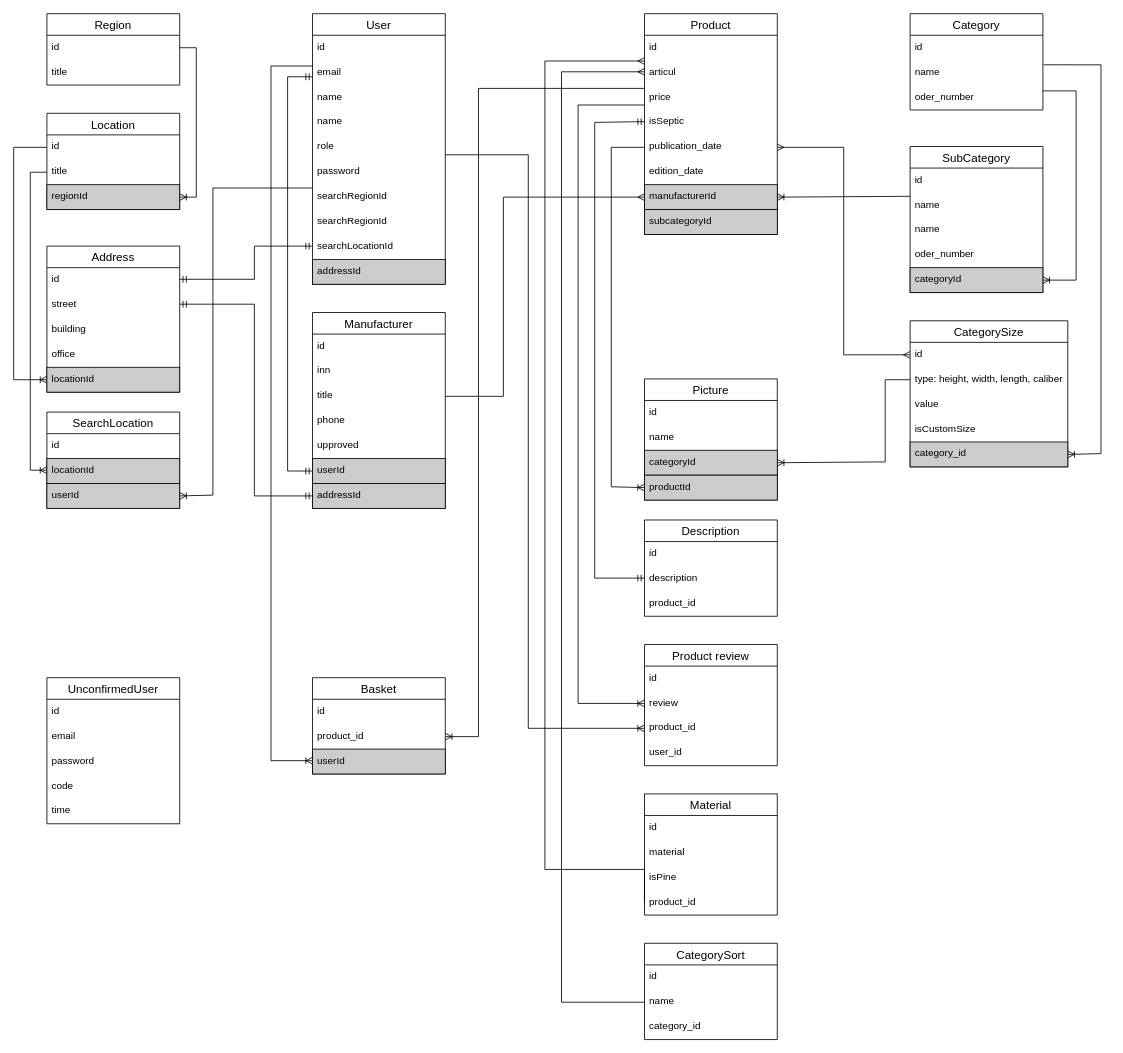
This is lesopilka.drawio from alexeyk500/lesopilka_backend, a draw.io file, before an edit. Source tidied: cells renumbered, new cells numbered last; positions are measured from the earlier drawing's top-left corner, leaving out a move shared by most shapes. Both pictures are drawn from the tidied source at 83%, with x=0, y=0 at pixel (13, 13).
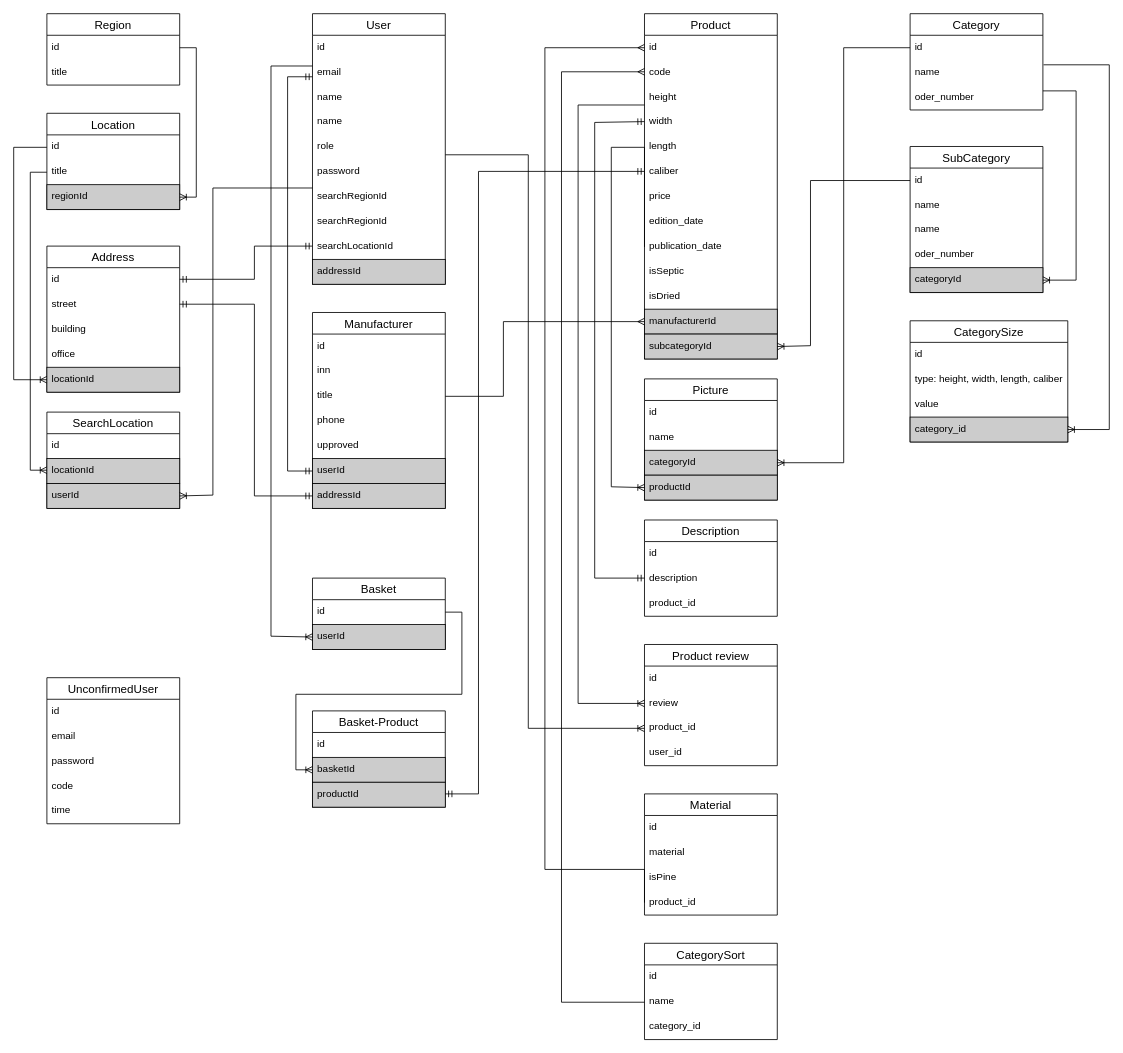
Above is the later version.

Unchanged cells that the change refers to:
```xml
<mxCell id="27" value="id" style="text;strokeColor=none;fillColor=none;spacingLeft=4;spacingRight=4;overflow=hidden;points=[[0,0.5],[1,0.5]];portConstraint=eastwest;fontSize=12;" parent="26" vertex="1">
  <mxGeometry y="26" width="160" height="30" as="geometry" />
</mxCell>
<mxCell id="32" value="id" style="text;strokeColor=none;fillColor=none;spacingLeft=4;spacingRight=4;overflow=hidden;points=[[0,0.5],[1,0.5]];portConstraint=eastwest;fontSize=12;" parent="31" vertex="1">
  <mxGeometry y="26" width="160" height="30" as="geometry" />
</mxCell>
<mxCell id="41" value="id" style="text;strokeColor=none;fillColor=none;spacingLeft=4;spacingRight=4;overflow=hidden;points=[[0,0.5],[1,0.5]];portConstraint=eastwest;fontSize=12;" parent="40" vertex="1">
  <mxGeometry y="26" width="160" height="30" as="geometry" />
</mxCell>
<mxCell id="42" value="name" style="text;strokeColor=none;fillColor=none;spacingLeft=4;spacingRight=4;overflow=hidden;points=[[0,0.5],[1,0.5]];portConstraint=eastwest;fontSize=12;" parent="40" vertex="1">
  <mxGeometry y="56" width="160" height="30" as="geometry" />
</mxCell>
<mxCell id="46" value="id" style="text;strokeColor=none;fillColor=none;spacingLeft=4;spacingRight=4;overflow=hidden;points=[[0,0.5],[1,0.5]];portConstraint=eastwest;fontSize=12;" parent="45" vertex="1">
  <mxGeometry y="26" width="160" height="30" as="geometry" />
</mxCell>
<mxCell id="66" value="categoryId" style="text;strokeColor=default;fillColor=#CCCCCC;spacingLeft=4;spacingRight=4;overflow=hidden;points=[[0,0.5],[1,0.5]];portConstraint=eastwest;fontSize=12;" parent="63" vertex="1">
  <mxGeometry y="86" width="160" height="30" as="geometry" />
</mxCell>
<mxCell id="71" value="id" style="text;strokeColor=none;fillColor=none;spacingLeft=4;spacingRight=4;overflow=hidden;points=[[0,0.5],[1,0.5]];portConstraint=eastwest;fontSize=12;" parent="70" vertex="1">
  <mxGeometry y="26" width="190" height="30" as="geometry" />
</mxCell>
<mxCell id="72" value="type: height, width, length, caliber" style="text;strokeColor=none;fillColor=none;spacingLeft=4;spacingRight=4;overflow=hidden;points=[[0,0.5],[1,0.5]];portConstraint=eastwest;fontSize=12;" parent="70" vertex="1">
  <mxGeometry y="56" width="190" height="30" as="geometry" />
</mxCell>
<mxCell id="97" value="product_id" style="text;strokeColor=none;fillColor=none;spacingLeft=4;spacingRight=4;overflow=hidden;points=[[0,0.5],[1,0.5]];portConstraint=eastwest;fontSize=12;" parent="93" vertex="1">
  <mxGeometry y="116" width="160" height="30" as="geometry" />
</mxCell>
<mxCell id="103" value="title" style="text;strokeColor=none;fillColor=none;spacingLeft=4;spacingRight=4;overflow=hidden;points=[[0,0.5],[1,0.5]];portConstraint=eastwest;fontSize=12;" parent="100" vertex="1">
  <mxGeometry y="86" width="160" height="30" as="geometry" />
</mxCell>
```

What changed in the source:
```diff
@@
     <mxCell id="26" value="Basket" style="swimlane;fontStyle=0;horizontal=1;startSize=26;align=center;fontSize=14;" parent="1" vertex="1">
-      <mxGeometry x="360" y="800" width="160" height="116" as="geometry" />
+      <mxGeometry x="360" y="680" width="160" height="86" as="geometry" />
     </mxCell>
@@
-    <mxCell id="28" value="product_id" style="text;strokeColor=none;fillColor=none;spacingLeft=4;spacingRight=4;overflow=hidden;points=[[0,0.5],[1,0.5]];portConstraint=eastwest;fontSize=12;" parent="26" vertex="1">
-      <mxGeometry y="56" width="160" height="30" as="geometry" />
-    </mxCell>
     <mxCell id="29" value="userId&#10;" style="text;spacingLeft=4;spacingRight=4;overflow=hidden;points=[[0,0.5],[1,0.5]];portConstraint=eastwest;fontSize=12;fillColor=#CCCCCC;strokeColor=default;" parent="26" vertex="1">
-      <mxGeometry y="86" width="160" height="30" as="geometry" />
+      <mxGeometry y="56" width="160" height="30" as="geometry" />
     </mxCell>
-    <mxCell id="30" style="edgeStyle=orthogonalEdgeStyle;fontSize=12;html=1;endArrow=ERoneToMany;rounded=0;fontFamily=Helvetica;fontColor=default;" parent="1" edge="1">
+    <mxCell id="30" style="edgeStyle=orthogonalEdgeStyle;fontSize=12;html=1;endArrow=ERoneToMany;rounded=0;fontFamily=Helvetica;fontColor=default;entryX=0;entryY=0.5;entryDx=0;entryDy=0;" parent="1" edge="1" target="29">
       <mxGeometry relative="1" as="geometry">
         <mxPoint x="360" y="63" as="sourcePoint" />
-        <mxPoint x="360" y="900" as="targetPoint" />
         <Array as="points">
           <mxPoint x="310" y="63" />
-          <mxPoint x="310" y="900" />
+          <mxPoint x="310" y="750" />
         </Array>
       </mxGeometry>
     </mxCell>
     <mxCell id="31" value="Product" style="swimlane;fontStyle=0;horizontal=1;startSize=26;align=center;fontSize=14;" parent="1" vertex="1">
-      <mxGeometry x="760" width="160" height="266" as="geometry" />
+      <mxGeometry x="760" width="160" height="416" as="geometry" />
     </mxCell>
@@
-    <mxCell id="33" value="articul" style="text;strokeColor=none;fillColor=none;spacingLeft=4;spacingRight=4;overflow=hidden;fontSize=12;" parent="31" vertex="1">
+    <mxCell id="33" value="code" style="text;strokeColor=none;fillColor=none;spacingLeft=4;spacingRight=4;overflow=hidden;fontSize=12;" parent="31" vertex="1">
       <mxGeometry y="56" width="160" height="30" as="geometry" />
     </mxCell>
+    <mxCell id="117" value="height" style="text;strokeColor=none;fillColor=none;spacingLeft=4;spacingRight=4;overflow=hidden;fontSize=12;" parent="31" vertex="1">
+      <mxGeometry y="86" width="160" height="30" as="geometry" />
+    </mxCell>
+    <mxCell id="118" value="width" style="text;strokeColor=none;fillColor=none;spacingLeft=4;spacingRight=4;overflow=hidden;fontSize=12;" parent="31" vertex="1">
+      <mxGeometry y="116" width="160" height="30" as="geometry" />
+    </mxCell>
+    <mxCell id="119" value="length" style="text;strokeColor=none;fillColor=none;spacingLeft=4;spacingRight=4;overflow=hidden;fontSize=12;" parent="31" vertex="1">
+      <mxGeometry y="146" width="160" height="30" as="geometry" />
+    </mxCell>
+    <mxCell id="120" value="caliber" style="text;strokeColor=none;fillColor=none;spacingLeft=4;spacingRight=4;overflow=hidden;fontSize=12;" parent="31" vertex="1">
+      <mxGeometry y="176" width="160" height="30" as="geometry" />
+    </mxCell>
     <mxCell id="34" value="price" style="text;strokeColor=none;fillColor=none;spacingLeft=4;spacingRight=4;overflow=hidden;fontSize=12;" parent="31" vertex="1">
-      <mxGeometry y="86" width="160" height="30" as="geometry" />
+      <mxGeometry y="206" width="160" height="30" as="geometry" />
     </mxCell>
+    <mxCell id="37" value="edition_date" style="text;strokeColor=none;fillColor=none;spacingLeft=4;spacingRight=4;overflow=hidden;fontSize=12;" parent="31" vertex="1">
+      <mxGeometry y="236" width="160" height="30" as="geometry" />
+    </mxCell>
+    <mxCell id="36" value="publicаtion_date" style="text;strokeColor=none;fillColor=none;spacingLeft=4;spacingRight=4;overflow=hidden;points=[[0,0.5],[1,0.5]];portConstraint=eastwest;fontSize=12;" parent="31" vertex="1">
+      <mxGeometry y="266" width="160" height="30" as="geometry" />
+    </mxCell>
     <mxCell id="35" value="isSeptic" style="text;strokeColor=none;fillColor=none;spacingLeft=4;spacingRight=4;overflow=hidden;fontSize=12;" parent="31" vertex="1">
-      <mxGeometry y="116" width="160" height="30" as="geometry" />
+      <mxGeometry y="296" width="160" height="30" as="geometry" />
     </mxCell>
-    <mxCell id="36" value="publicаtion_date" style="text;strokeColor=none;fillColor=none;spacingLeft=4;spacingRight=4;overflow=hidden;points=[[0,0.5],[1,0.5]];portConstraint=eastwest;fontSize=12;" parent="31" vertex="1">
-      <mxGeometry y="146" width="160" height="30" as="geometry" />
-    </mxCell>
-    <mxCell id="37" value="edition_date" style="text;strokeColor=none;fillColor=none;spacingLeft=4;spacingRight=4;overflow=hidden;fontSize=12;" parent="31" vertex="1">
-      <mxGeometry y="176" width="160" height="30" as="geometry" />
-    </mxCell>
+    <mxCell id="121" value="isDried" style="text;strokeColor=none;fillColor=none;spacingLeft=4;spacingRight=4;overflow=hidden;fontSize=12;" parent="31" vertex="1">
+      <mxGeometry y="326" width="160" height="30" as="geometry" />
+    </mxCell>
     <mxCell id="38" value="manufacturerId" style="text;strokeColor=default;fillColor=#CCCCCC;spacingLeft=4;spacingRight=4;overflow=hidden;points=[[0,0.5],[1,0.5]];portConstraint=eastwest;fontSize=12;" parent="31" vertex="1">
-      <mxGeometry y="206" width="160" height="30" as="geometry" />
+      <mxGeometry y="356" width="160" height="30" as="geometry" />
     </mxCell>
     <mxCell id="39" value="subcategoryId" style="text;strokeColor=default;fillColor=#CCCCCC;spacingLeft=4;spacingRight=4;overflow=hidden;points=[[0,0.5],[1,0.5]];portConstraint=eastwest;fontSize=12;" parent="31" vertex="1">
-      <mxGeometry y="236" width="160" height="30" as="geometry" />
+      <mxGeometry y="386" width="160" height="30" as="geometry" />
     </mxCell>
@@
-    <mxCell id="44" style="edgeStyle=orthogonalEdgeStyle;fontSize=12;html=1;endArrow=ERoneToMany;rounded=0;fontFamily=Helvetica;fontColor=default;entryX=1;entryY=0.5;entryDx=0;entryDy=0;" parent="1" edge="1" target="28">
+    <mxCell id="44" style="edgeStyle=orthogonalEdgeStyle;fontSize=12;html=1;endArrow=ERoneToMany;rounded=0;fontFamily=Helvetica;fontColor=default;entryX=0;entryY=0.5;entryDx=0;entryDy=0;exitX=1;exitY=0.5;exitDx=0;exitDy=0;" parent="1" edge="1" source="27" target="124">
       <mxGeometry relative="1" as="geometry">
-        <mxPoint x="760" y="90" as="sourcePoint" />
         <Array as="points">
-          <mxPoint x="760" y="90" />
-          <mxPoint x="560" y="90" />
-          <mxPoint x="560" y="871" />
+          <mxPoint x="540" y="721" />
+          <mxPoint x="540" y="820" />
+          <mxPoint x="340" y="820" />
+          <mxPoint x="340" y="911" />
         </Array>
       </mxGeometry>
     </mxCell>
@@
     <mxCell id="52" style="edgeStyle=orthogonalEdgeStyle;fontSize=12;html=1;endArrow=ERmany;rounded=0;fontFamily=Helvetica;fontColor=default;entryX=0;entryY=0.5;entryDx=0;entryDy=0;exitX=1;exitY=0.5;exitDx=0;exitDy=0;" parent="1" edge="1" source="103" target="38">
       <mxGeometry relative="1" as="geometry">
         <Array as="points">
           <mxPoint x="590" y="461" />
-          <mxPoint x="590" y="221" />
+          <mxPoint x="590" y="371" />
         </Array>
       </mxGeometry>
     </mxCell>
@@
     <mxCell id="70" value="CategorySize" style="swimlane;fontStyle=0;horizontal=1;startSize=26;align=center;fontSize=14;" parent="1" vertex="1">
-      <mxGeometry x="1080" y="370" width="190" height="176" as="geometry" />
+      <mxGeometry x="1080" y="370" width="190" height="146" as="geometry" />
     </mxCell>
@@
-    <mxCell id="74" value="isCustomSize" style="text;strokeColor=none;fillColor=none;spacingLeft=4;spacingRight=4;overflow=hidden;fontSize=12;" parent="70" vertex="1">
-      <mxGeometry y="116" width="190" height="30" as="geometry" />
-    </mxCell>
     <mxCell id="75" value="category_id" style="text;strokeColor=default;fillColor=#CCCCCC;spacingLeft=4;spacingRight=4;overflow=hidden;points=[[0,0.5],[1,0.5]];portConstraint=eastwest;fontSize=12;" parent="70" vertex="1">
-      <mxGeometry y="146" width="190" height="30" as="geometry" />
+      <mxGeometry y="116" width="190" height="30" as="geometry" />
     </mxCell>
     <mxCell id="76" style="edgeStyle=orthogonalEdgeStyle;fontSize=12;html=1;endArrow=ERoneToMany;rounded=0;fontFamily=Helvetica;fontColor=default;exitX=1.005;exitY=0.186;exitDx=0;exitDy=0;exitPerimeter=0;entryX=1;entryY=0.5;entryDx=0;entryDy=0;" parent="1" edge="1" source="42" target="75">
       <mxGeometry relative="1" as="geometry">
         <Array as="points">
-          <mxPoint x="1310" y="62" />
-          <mxPoint x="1310" y="530" />
-          <mxPoint x="1270" y="530" />
+          <mxPoint x="1320" y="62" />
+          <mxPoint x="1320" y="501" />
         </Array>
       </mxGeometry>
     </mxCell>
@@
-    <mxCell id="81" style="fontSize=12;html=1;endArrow=ERoneToMany;rounded=0;fontFamily=Helvetica;fontColor=default;entryX=1;entryY=0.5;entryDx=0;entryDy=0;" parent="1" edge="1" target="38">
+    <mxCell id="81" style="fontSize=12;html=1;endArrow=ERoneToMany;rounded=0;fontFamily=Helvetica;fontColor=default;edgeStyle=orthogonalEdgeStyle;entryX=1;entryY=0.5;entryDx=0;entryDy=0;exitX=0;exitY=0.5;exitDx=0;exitDy=0;" parent="1" edge="1" source="46" target="39">
       <mxGeometry relative="1" as="geometry">
-        <mxPoint x="1080" y="220" as="sourcePoint" />
+        <Array as="points">
+          <mxPoint x="960" y="201" />
+          <mxPoint x="960" y="400" />
+        </Array>
       </mxGeometry>
     </mxCell>
-    <mxCell id="82" style="edgeStyle=orthogonalEdgeStyle;fontSize=12;html=1;endArrow=ERmany;startArrow=ERmany;rounded=0;fontFamily=Helvetica;fontColor=default;exitX=1;exitY=0.5;exitDx=0;exitDy=0;" parent="1" edge="1" source="36" target="71">
-      <mxGeometry relative="1" as="geometry" />
-    </mxCell>
-    <mxCell id="83" style="edgeStyle=orthogonalEdgeStyle;fontSize=12;html=1;endArrow=ERoneToMany;rounded=0;fontFamily=Helvetica;fontColor=default;entryX=1;entryY=0.5;entryDx=0;entryDy=0;" parent="1" edge="1" source="72" target="66">
+    <mxCell id="83" style="edgeStyle=orthogonalEdgeStyle;fontSize=12;html=1;endArrow=ERoneToMany;rounded=0;fontFamily=Helvetica;fontColor=default;entryX=1;entryY=0.5;entryDx=0;entryDy=0;exitX=0;exitY=0.5;exitDx=0;exitDy=0;" parent="1" edge="1" source="41" target="66">
       <mxGeometry relative="1" as="geometry">
         <Array as="points">
-          <mxPoint x="1050" y="441" />
-          <mxPoint x="1050" y="540" />
-          <mxPoint x="920" y="540" />
+          <mxPoint x="1000" y="41" />
+          <mxPoint x="1000" y="541" />
         </Array>
       </mxGeometry>
     </mxCell>
@@
-    <mxCell id="98" style="edgeStyle=orthogonalEdgeStyle;fontSize=12;html=1;endArrow=ERmany;rounded=0;fontFamily=Helvetica;fontColor=default;exitX=0;exitY=0.5;exitDx=0;exitDy=0;" parent="1" edge="1" source="97">
+    <mxCell id="98" style="edgeStyle=orthogonalEdgeStyle;fontSize=12;html=1;endArrow=ERmany;rounded=0;fontFamily=Helvetica;fontColor=default;exitX=0;exitY=0.5;exitDx=0;exitDy=0;entryX=0;entryY=0.5;entryDx=0;entryDy=0;" parent="1" edge="1" source="97" target="32">
       <mxGeometry relative="1" as="geometry">
-        <mxPoint x="760" y="57" as="targetPoint" />
         <Array as="points">
           <mxPoint x="760" y="1031" />
           <mxPoint x="640" y="1031" />
-          <mxPoint x="640" y="57" />
+          <mxPoint x="640" y="41" />
         </Array>
       </mxGeometry>
     </mxCell>
@@
+    <mxCell id="122" value="Basket-Product" style="swimlane;fontStyle=0;horizontal=1;startSize=26;align=center;fontSize=14;" parent="1" vertex="1">
+      <mxGeometry x="360" y="840" width="160" height="116" as="geometry" />
+    </mxCell>
+    <mxCell id="123" value="id" style="text;strokeColor=none;fillColor=none;spacingLeft=4;spacingRight=4;overflow=hidden;fontSize=12;" parent="122" vertex="1">
+      <mxGeometry y="26" width="160" height="30" as="geometry" />
+    </mxCell>
+    <mxCell id="124" value="basketId&#10;" style="text;spacingLeft=4;spacingRight=4;overflow=hidden;points=[[0,0.5],[1,0.5]];portConstraint=eastwest;fontSize=12;fillColor=#CCCCCC;strokeColor=default;" parent="122" vertex="1">
+      <mxGeometry y="56" width="160" height="30" as="geometry" />
+    </mxCell>
+    <mxCell id="125" value="productId&#10;" style="text;spacingLeft=4;spacingRight=4;overflow=hidden;fontSize=12;fillColor=#CCCCCC;strokeColor=default;" parent="122" vertex="1">
+      <mxGeometry y="86" width="160" height="30" as="geometry" />
+    </mxCell>
+    <mxCell id="126" style="edgeStyle=orthogonalEdgeStyle;fontSize=12;html=1;endArrow=ERmandOne;startArrow=ERmandOne;rounded=0;" parent="1" edge="1">
+      <mxGeometry relative="1" as="geometry">
+        <mxPoint x="520" y="940" as="sourcePoint" />
+        <mxPoint x="760" y="190" as="targetPoint" />
+        <Array as="points">
+          <mxPoint x="560" y="940" />
+          <mxPoint x="560" y="190" />
+        </Array>
+      </mxGeometry>
+    </mxCell>
```
